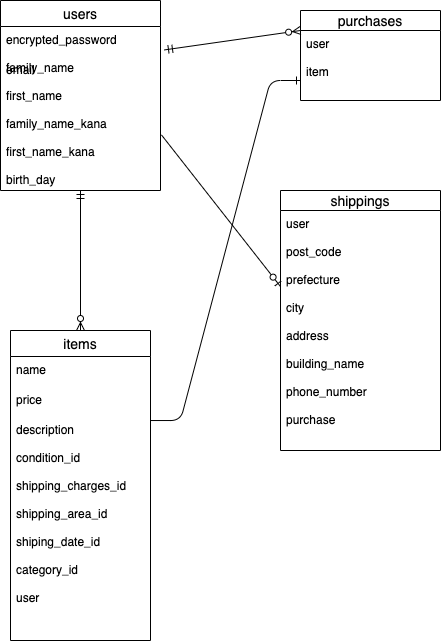
Above: test..drawio.png in hirokuni-k/furima-33964 (draw.io), before the change. Source tidied: cells renumbered, new cells last; positions are measured from the earlier drawing's top-left corner, leaving out a move shared by most shapes.
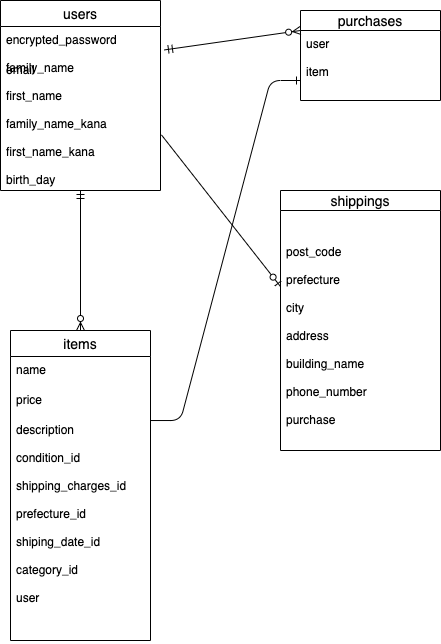
The same file after the commit.

Diff of the diagram source:
```diff
@@ -14,7 +14,7 @@
     <mxCell id="5" value="price" style="text;strokeColor=none;fillColor=none;spacingLeft=4;spacingRight=4;overflow=hidden;fontSize=12;" parent="3" vertex="1">
       <mxGeometry y="56" width="140" height="30" as="geometry" />
     </mxCell>
-    <mxCell id="6" value="description&#10;&#10;condition_id&#10;&#10;shipping_charges_id&#10;&#10;shipping_area_id&#10;&#10;shiping_date_id&#10;&#10;category_id&#10;&#10;user" style="text;strokeColor=none;fillColor=none;spacingLeft=4;spacingRight=4;overflow=hidden;points=[[0,0.5],[1,0.5]];portConstraint=eastwest;fontSize=12;" parent="3" vertex="1">
+    <mxCell id="6" value="description&#10;&#10;condition_id&#10;&#10;shipping_charges_id&#10;&#10;prefecture_id&#10;&#10;shiping_date_id&#10;&#10;category_id&#10;&#10;user" style="text;strokeColor=none;fillColor=none;spacingLeft=4;spacingRight=4;overflow=hidden;points=[[0,0.5],[1,0.5]];portConstraint=eastwest;fontSize=12;" parent="3" vertex="1">
       <mxGeometry y="86" width="140" height="224" as="geometry" />
     </mxCell>
     <mxCell id="7" value="users" style="swimlane;fontStyle=0;horizontal=1;startSize=26;align=center;fontSize=14;" parent="1" vertex="1">
@@ -26,7 +26,7 @@
     <mxCell id="9" value="shippings" style="swimlane;fontStyle=0;horizontal=1;startSize=20;align=center;fontSize=14;" parent="1" vertex="1">
       <mxGeometry x="280" y="190" width="160" height="260" as="geometry" />
     </mxCell>
-    <mxCell id="10" value="user&#10;&#10;post_code&#10;&#10;prefecture&#10;&#10;city&#10;&#10;address&#10;&#10;building_name&#10;&#10;phone_number&#10;&#10;purchase" style="text;strokeColor=none;fillColor=none;spacingLeft=4;spacingRight=4;overflow=hidden;points=[[0,0.5],[1,0.5]];portConstraint=eastwest;fontSize=12;" parent="9" vertex="1">
+    <mxCell id="10" value="&#10;&#10;post_code&#10;&#10;prefecture&#10;&#10;city&#10;&#10;address&#10;&#10;building_name&#10;&#10;phone_number&#10;&#10;purchase" style="text;strokeColor=none;fillColor=none;spacingLeft=4;spacingRight=4;overflow=hidden;points=[[0,0.5],[1,0.5]];portConstraint=eastwest;fontSize=12;" parent="9" vertex="1">
       <mxGeometry y="20" width="160" height="240" as="geometry" />
     </mxCell>
     <mxCell id="11" value="user&#10;&#10;item&#10;" style="text;strokeColor=none;fillColor=none;spacingLeft=4;spacingRight=4;overflow=hidden;points=[[0,0.5],[1,0.5]];portConstraint=eastwest;fontSize=12;" parent="1" vertex="1">
```
